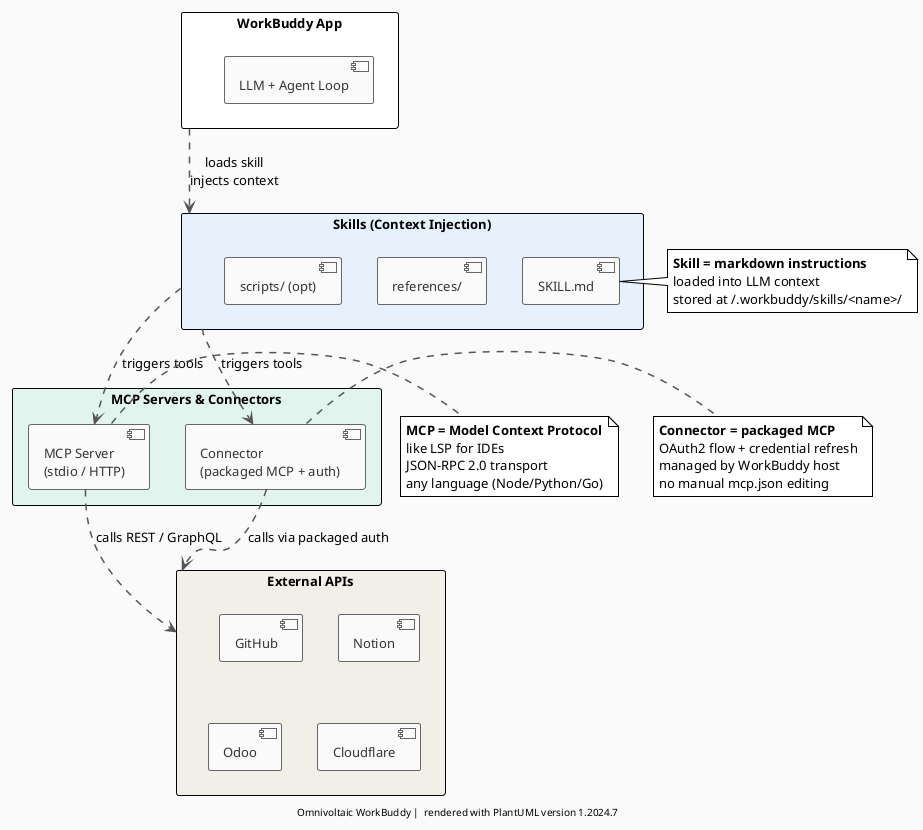
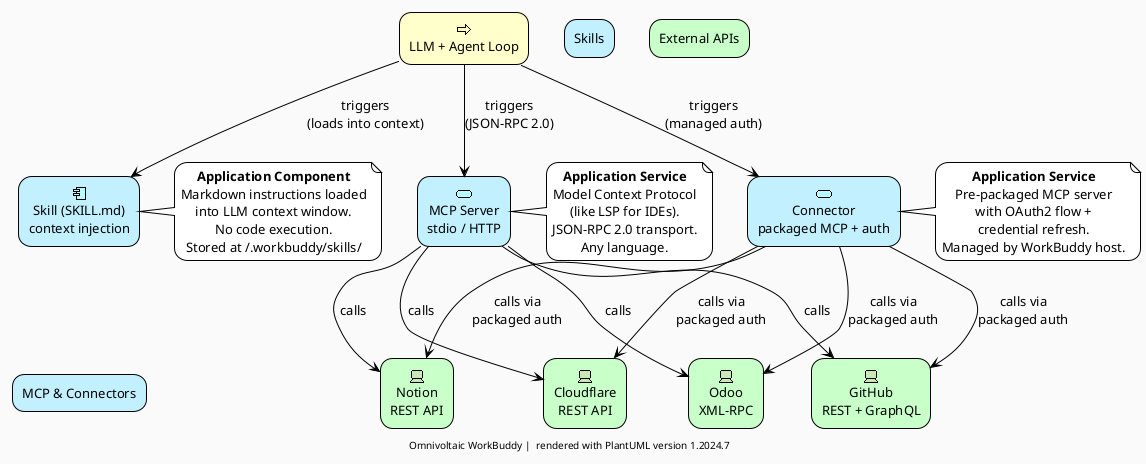
- @startuml WorkBuddy Extension Architecture
+ @startuml WorkBuddy Extension Architecture (ArchiMate)

' ===== STYLING =====
!theme plain
skinparam backgroundColor #FAFAFA
skinparam defaultFontName "Segoe UI"
skinparam defaultFontSize 13
- skinparam packageStyle rectangle
skinparam shadowing false
- skinparam ArrowColor #555555
- skinparam ArrowThickness 1.5
- skinparam packageBackgroundColor #FAFAFA
- skinparam component {
-   BackgroundColor #FAFAFA
-   BorderColor #666666
-   FontColor #333333
- }
+ skinparam roundcorner 25
+ skinparam defaultTextAlignment center

- ' ===== LAYER 1 =====
- package "WorkBuddy App" as App #White {
-   component "LLM + Agent Loop" as LLM
- }
+ ' ===== BUSINESS LAYER =====
+ rectangle "LLM + Agent Loop" as LLM <<$archimate/business-process>> #Business

- ' ===== LAYER 2 =====
- package "Skills (Context Injection)" as Skills #E6F1FB {
-   component "SKILL.md" as SkillMd
-   component "references/" as Refs
-   component "scripts/ (opt)" as Scripts
- }
+ ' ===== APPLICATION LAYER =====
+ rectangle "Skill (SKILL.md)\ncontext injection" as SkillMd <<$archimate/application-component>> #Application
+ rectangle "MCP Server\nstdio / HTTP" as McpServer <<$archimate/application-service>> #Application
+ rectangle "Connector\npackaged MCP + auth" as Connector <<$archimate/application-service>> #Application

- ' ===== LAYER 3 =====
- package "MCP Servers & Connectors" as MCP #E1F5EE {
-   component "MCP Server\n(stdio / HTTP)" as McpServer
-   component "Connector\n(packaged MCP + auth)" as Connector
- }
+ ' ===== TECHNOLOGY LAYER =====
+ rectangle "GitHub\nREST + GraphQL" as GitHub <<$archimate/technology-device>> #Technology
+ rectangle "Notion\nREST API" as Notion <<$archimate/technology-device>> #Technology
+ rectangle "Odoo\nXML-RPC" as Odoo <<$archimate/technology-device>> #Technology
+ rectangle "Cloudflare\nREST API" as CF <<$archimate/technology-device>> #Technology

- ' ===== LAYER 4 =====
- package "External APIs" as APIs #F1EFE8 {
-   component "GitHub" as GitHub
-   component "Notion" as Notion
-   component "Odoo" as Odoo
-   component "Cloudflare" as CF
- }
+ ' ===== LAYER GROUPINGS =====
+ rectangle "Skills" as SkillsGroup #Application
+ rectangle "MCP & Connectors" as MCPGroup #Application
+ rectangle "External APIs" as APIsGroup #Technology

- ' ===== RELATIONSHIPS =====
- App ..> Skills : loads skill\ninjects context
- Skills ..> McpServer : triggers tools
- Skills ..> Connector : triggers tools
- McpServer ..> APIs : calls REST / GraphQL
- Connector ..> APIs : calls via packaged auth
+ SkillMd -[hidden]right-> McpServer
+ McpServer -[hidden]right-> Connector
+ 
+ ' ===== STRUCTURAL RELATIONSHIPS =====
+ LLM -down-> SkillMd : triggers\n(loads into context)
+ LLM -down-> McpServer : triggers\n(JSON-RPC 2.0)
+ LLM -down-> Connector : triggers\n(managed auth)
+ 
+ SkillMd -[hidden]down-> MCPGroup
+ 
+ McpServer -down-> GitHub : calls
+ McpServer -down-> Notion : calls
+ McpServer -down-> Odoo : calls
+ McpServer -down-> CF : calls
+ 
+ Connector -down-> GitHub : calls via\npackaged auth
+ Connector -down-> Notion : calls via\npackaged auth
+ Connector -down-> Odoo : calls via\npackaged auth
+ Connector -down-> CF : calls via\npackaged auth

' ===== ANNOTATIONS =====
note right of SkillMd
-   **Skill = markdown instructions**
-   loaded into LLM context
-   stored at ~/.workbuddy/skills/<name>/
+   **Application Component**
+   Markdown instructions loaded
+   into LLM context window.
+   No code execution.
+   Stored at ~/.workbuddy/skills/
end note

note right of McpServer
-   **MCP = Model Context Protocol**
-   like LSP for IDEs
-   JSON-RPC 2.0 transport
-   any language (Node/Python/Go)
+   **Application Service**
+   Model Context Protocol
+   (like LSP for IDEs).
+   JSON-RPC 2.0 transport.
+   Any language.
end note

note right of Connector
-   **Connector = packaged MCP**
-   OAuth2 flow + credential refresh
-   managed by WorkBuddy host
-   no manual mcp.json editing
+   **Application Service**
+   Pre-packaged MCP server
+   with OAuth2 flow +
+   credential refresh.
+   Managed by WorkBuddy host.
end note

footer Omnivoltaic WorkBuddy | %filename() rendered with PlantUML version %version()

@enduml
